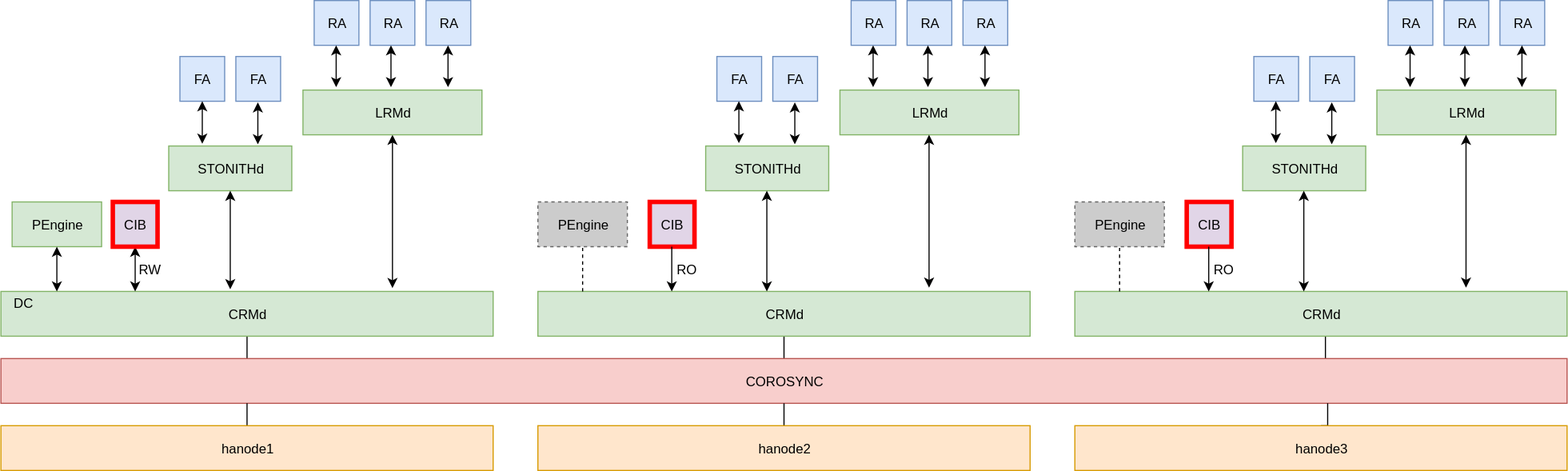
Before: docs/workshop/fr/medias/pcmk_diag1-cib.svg, a diagram exported from draw.io (ClusterLabs/PAF). Source tidied: cells renumbered, new cells last; positions are measured from the earlier drawing's top-left corner, leaving out a move shared by most shapes.
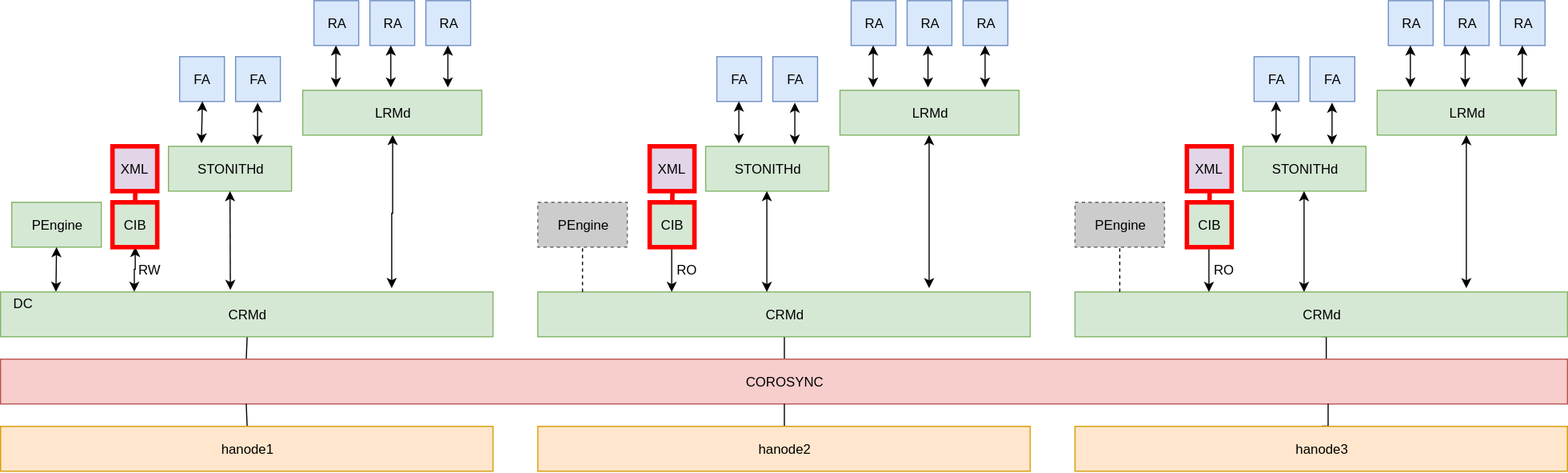
After the commit.

Diff of the diagram source:
```diff
@@ -11,9 +11,6 @@
     <mxCell id="4" style="edgeStyle=orthogonalEdgeStyle;rounded=0;html=1;exitX=0.5;exitY=1;entryX=0.272;entryY=0;entryPerimeter=0;startArrow=classic;startFill=1;endArrow=classic;endFill=1;jettySize=auto;" parent="1" edge="1" source="5" target="3">
       <mxGeometry relative="1" as="geometry" />
     </mxCell>
-    <mxCell id="5" value="CIB" style="rounded=0;whiteSpace=wrap;html=1;fillColor=#e1d5e7;strokeColor=#FF0000;strokeWidth=4;" parent="1" vertex="1">
-      <mxGeometry x="100" y="180" width="40" height="40" as="geometry" />
-    </mxCell>
     <mxCell id="6" value="STONITHd" style="rounded=0;whiteSpace=wrap;html=1;fillColor=#d5e8d4;strokeColor=#82b366;" parent="1" vertex="1">
       <mxGeometry x="150" y="130" width="110" height="40" as="geometry" />
     </mxCell>
@@ -47,9 +44,6 @@
     <mxCell id="16" value="CRMd" style="rounded=0;whiteSpace=wrap;html=1;fillColor=#d5e8d4;strokeColor=#82b366;" parent="1" vertex="1">
       <mxGeometry x="480" y="260" width="440" height="40" as="geometry" />
     </mxCell>
-    <mxCell id="17" value="CIB" style="rounded=0;whiteSpace=wrap;html=1;fillColor=#e1d5e7;strokeColor=#FF0000;strokeWidth=4;" parent="1" vertex="1">
-      <mxGeometry x="580" y="180" width="40" height="40" as="geometry" />
-    </mxCell>
     <mxCell id="18" value="STONITHd" style="rounded=0;whiteSpace=wrap;html=1;fillColor=#d5e8d4;strokeColor=#82b366;" parent="1" vertex="1">
       <mxGeometry x="630" y="130" width="110" height="40" as="geometry" />
     </mxCell>
@@ -77,9 +71,6 @@
     <mxCell id="26" value="CRMd" style="rounded=0;whiteSpace=wrap;html=1;fillColor=#d5e8d4;strokeColor=#82b366;" parent="1" vertex="1">
       <mxGeometry x="960" y="260" width="440" height="40" as="geometry" />
     </mxCell>
-    <mxCell id="27" value="CIB" style="rounded=0;whiteSpace=wrap;html=1;fillColor=#e1d5e7;strokeColor=#FF0000;strokeWidth=4;" parent="1" vertex="1">
-      <mxGeometry x="1060" y="180" width="40" height="40" as="geometry" />
-    </mxCell>
     <mxCell id="28" value="STONITHd" style="rounded=0;whiteSpace=wrap;html=1;fillColor=#d5e8d4;strokeColor=#82b366;" parent="1" vertex="1">
       <mxGeometry x="1110" y="130" width="110" height="40" as="geometry" />
     </mxCell>
@@ -285,5 +276,32 @@
         <mxPoint x="1000" y="220" as="targetPoint" />
       </mxGeometry>
     </mxCell>
+    <mxCell id="73" value="XML" style="rounded=0;whiteSpace=wrap;html=1;fillColor=#e1d5e7;strokeColor=#FF0000;strokeWidth=4;" parent="1" vertex="1">
+      <mxGeometry x="580" y="130" width="40" height="40" as="geometry" />
+    </mxCell>
+    <mxCell id="74" style="endArrow=none;html=1;fontSize=24;fontColor=#FF0000;entryX=0.5;entryY=1;strokeColor=#FF0000;strokeWidth=4;" parent="1" edge="1" source="17" target="73">
+      <mxGeometry relative="1" as="geometry" />
+    </mxCell>
+    <mxCell id="75" value="XML" style="rounded=0;whiteSpace=wrap;html=1;fillColor=#e1d5e7;strokeColor=#FF0000;strokeWidth=4;" parent="1" vertex="1">
+      <mxGeometry x="1060" y="130" width="40" height="40" as="geometry" />
+    </mxCell>
+    <mxCell id="76" style="endArrow=none;html=1;fontSize=24;fontColor=#FF0000;entryX=0.5;entryY=1;strokeColor=#FF0000;strokeWidth=4;" parent="1" edge="1" source="27" target="75">
+      <mxGeometry relative="1" as="geometry" />
+    </mxCell>
+    <mxCell id="27" value="CIB" style="rounded=0;whiteSpace=wrap;html=1;fillColor=#d5e8d4;strokeColor=#FF0000;strokeWidth=4;" parent="1" vertex="1">
+      <mxGeometry x="1060" y="180" width="40" height="40" as="geometry" />
+    </mxCell>
+    <mxCell id="17" value="CIB" style="rounded=0;whiteSpace=wrap;html=1;fillColor=#d5e8d4;strokeColor=#FF0000;strokeWidth=4;" parent="1" vertex="1">
+      <mxGeometry x="580" y="180" width="40" height="40" as="geometry" />
+    </mxCell>
+    <mxCell id="77" value="XML" style="rounded=0;whiteSpace=wrap;html=1;fillColor=#e1d5e7;strokeColor=#FF0000;strokeWidth=4;" parent="1" vertex="1">
+      <mxGeometry x="100" y="130" width="40" height="40" as="geometry" />
+    </mxCell>
+    <mxCell id="78" style="endArrow=none;html=1;fontSize=24;fontColor=#FF0000;entryX=0.5;entryY=1;exitX=0.5;exitY=0;strokeColor=#FF0000;strokeWidth=4;" parent="1" edge="1" source="5" target="77">
+      <mxGeometry relative="1" as="geometry" />
+    </mxCell>
+    <mxCell id="5" value="CIB" style="rounded=0;whiteSpace=wrap;html=1;fillColor=#d5e8d4;strokeColor=#FF0000;strokeWidth=4;" parent="1" vertex="1">
+      <mxGeometry x="100" y="180" width="40" height="40" as="geometry" />
+    </mxCell>
   </root>
 </mxGraphModel>
```
